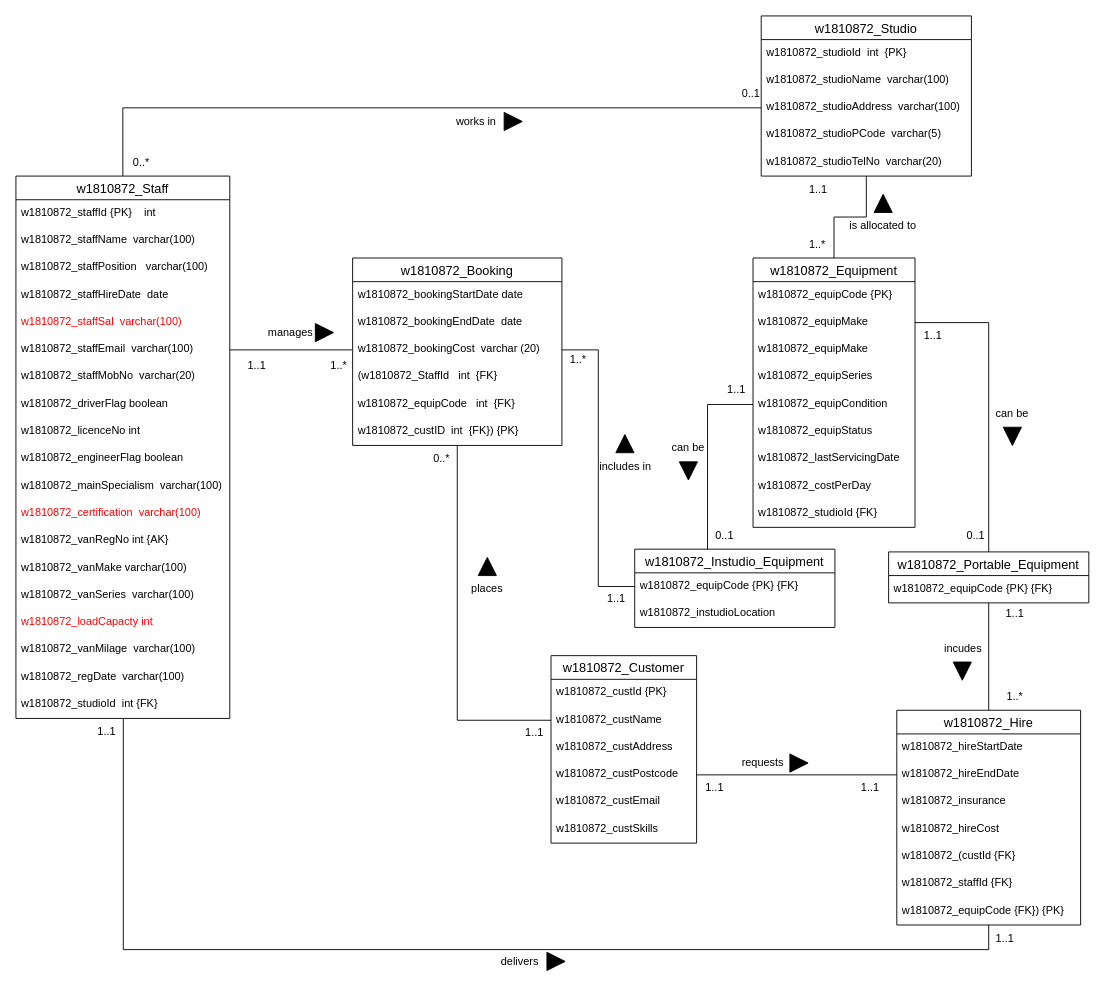
Above: Part B/Part_B.drawio in ChitharaKarunasekera/DatabaseSystemsCoursework (draw.io), before the change. Source tidied: cells renumbered, new cells numbered last; positions are measured from the earlier drawing's top-left corner, leaving out a move shared by most shapes. Both pictures are drawn from the tidied source at 91%, with x=0, y=0 at pixel (15, 15).
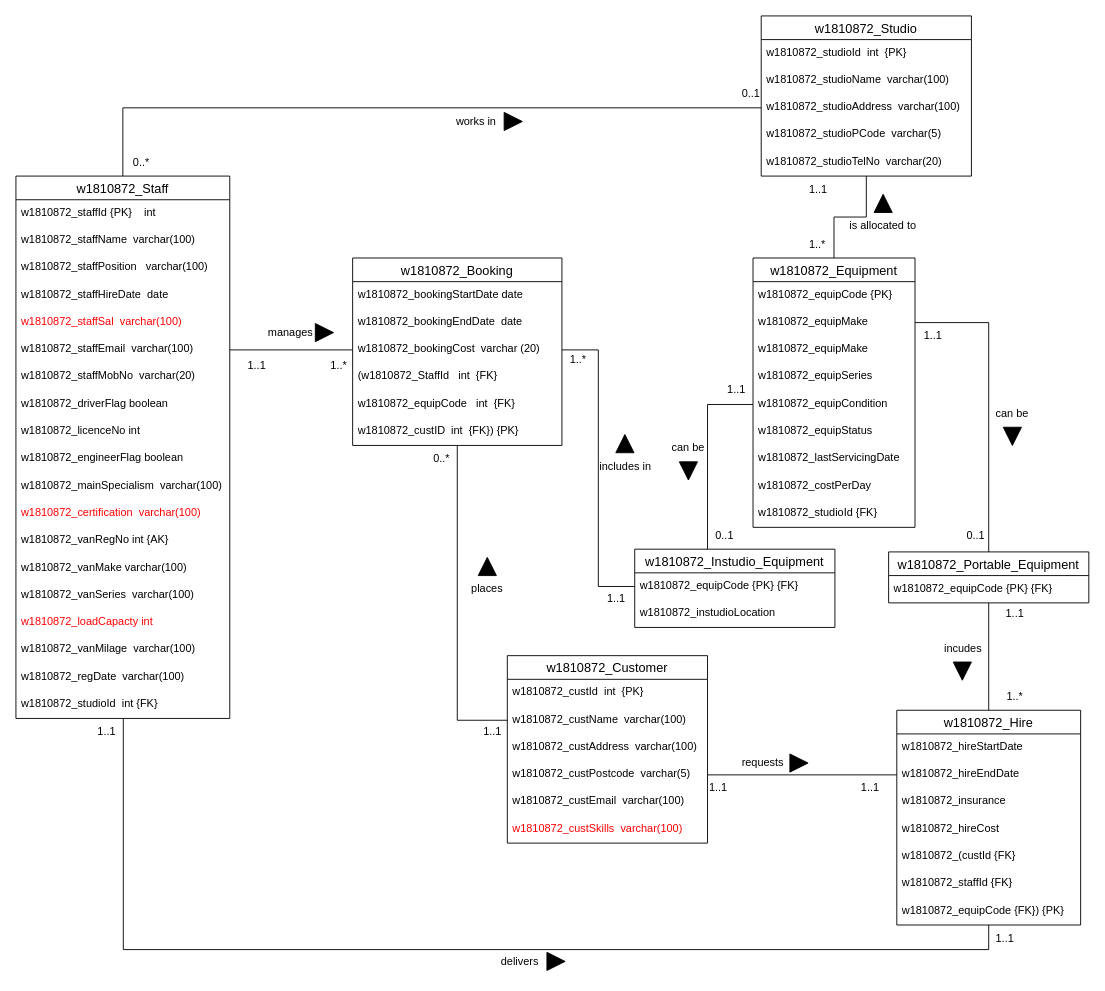
The same diagram, later.

Commit message:
customer data types

Change to the diagram source:
```diff
@@
     <mxCell id="50" value="w1810872_Customer" style="swimlane;fontStyle=0;horizontal=1;startSize=26;align=center;fontSize=14;fontColor=#000000;" parent="1" vertex="1">
-      <mxGeometry x="588" y="703" width="160" height="206" as="geometry" />
+      <mxGeometry x="540" y="703" width="220" height="206" as="geometry" />
     </mxCell>
-    <mxCell id="51" value="w1810872_custId {PK}" style="text;strokeColor=none;fillColor=none;spacingLeft=4;spacingRight=4;overflow=hidden;fontSize=12;fontColor=#000000;" parent="50" vertex="1">
-      <mxGeometry y="26" width="160" height="30" as="geometry" />
+    <mxCell id="51" value="w1810872_custId  int  {PK}" style="text;strokeColor=none;fillColor=none;spacingLeft=4;spacingRight=4;overflow=hidden;fontSize=12;fontColor=#000000;" parent="50" vertex="1">
+      <mxGeometry y="26" width="220" height="30" as="geometry" />
     </mxCell>
-    <mxCell id="52" value="w1810872_custName" style="text;strokeColor=none;fillColor=none;spacingLeft=4;spacingRight=4;overflow=hidden;points=[[0,0.5],[1,0.5]];portConstraint=eastwest;fontSize=12;fontColor=#000000;" parent="50" vertex="1">
-      <mxGeometry y="56" width="160" height="30" as="geometry" />
+    <mxCell id="52" value="w1810872_custName  varchar(100)" style="text;strokeColor=none;fillColor=none;spacingLeft=4;spacingRight=4;overflow=hidden;points=[[0,0.5],[1,0.5]];portConstraint=eastwest;fontSize=12;fontColor=#000000;" parent="50" vertex="1">
+      <mxGeometry y="56" width="220" height="30" as="geometry" />
     </mxCell>
-    <mxCell id="53" value="w1810872_custAddress" style="text;strokeColor=none;fillColor=none;spacingLeft=4;spacingRight=4;overflow=hidden;fontSize=12;fontColor=#000000;" parent="50" vertex="1">
-      <mxGeometry y="86" width="160" height="30" as="geometry" />
+    <mxCell id="53" value="w1810872_custAddress  varchar(100)" style="text;strokeColor=none;fillColor=none;spacingLeft=4;spacingRight=4;overflow=hidden;fontSize=12;fontColor=#000000;" parent="50" vertex="1">
+      <mxGeometry y="86" width="220" height="30" as="geometry" />
     </mxCell>
-    <mxCell id="54" value="w1810872_custPostcode" style="text;strokeColor=none;fillColor=none;spacingLeft=4;spacingRight=4;overflow=hidden;points=[[0,0.5],[1,0.5]];portConstraint=eastwest;fontSize=12;fontColor=#000000;" parent="50" vertex="1">
-      <mxGeometry y="116" width="160" height="30" as="geometry" />
+    <mxCell id="54" value="w1810872_custPostcode  varchar(5)" style="text;strokeColor=none;fillColor=none;spacingLeft=4;spacingRight=4;overflow=hidden;points=[[0,0.5],[1,0.5]];portConstraint=eastwest;fontSize=12;fontColor=#000000;" parent="50" vertex="1">
+      <mxGeometry y="116" width="220" height="30" as="geometry" />
     </mxCell>
-    <mxCell id="55" value="w1810872_custEmail" style="text;strokeColor=none;fillColor=none;spacingLeft=4;spacingRight=4;overflow=hidden;fontSize=12;fontColor=#000000;" parent="50" vertex="1">
-      <mxGeometry y="146" width="160" height="30" as="geometry" />
+    <mxCell id="55" value="w1810872_custEmail  varchar(100)" style="text;strokeColor=none;fillColor=none;spacingLeft=4;spacingRight=4;overflow=hidden;fontSize=12;fontColor=#000000;" parent="50" vertex="1">
+      <mxGeometry y="146" width="220" height="30" as="geometry" />
     </mxCell>
-    <mxCell id="56" value="w1810872_custSkills" style="text;strokeColor=none;fillColor=none;spacingLeft=4;spacingRight=4;overflow=hidden;fontSize=12;fontColor=#000000;" parent="50" vertex="1">
-      <mxGeometry y="176" width="160" height="30" as="geometry" />
+    <mxCell id="56" value="w1810872_custSkills  varchar(100)" style="text;strokeColor=none;fillColor=none;spacingLeft=4;spacingRight=4;overflow=hidden;fontSize=12;fontColor=#FF0000;" parent="50" vertex="1">
+      <mxGeometry y="176" width="220" height="30" as="geometry" />
     </mxCell>
@@
     <mxCell id="70" value="1..1" style="text;html=1;strokeColor=none;fillColor=none;align=center;verticalAlign=middle;whiteSpace=wrap;rounded=0;" parent="1" vertex="1">
-      <mxGeometry x="540" y="773" width="60" height="30" as="geometry" />
+      <mxGeometry x="494" y="772" width="60" height="30" as="geometry" />
     </mxCell>
@@
     <mxCell id="91" value="1..1" style="text;html=1;strokeColor=none;fillColor=none;align=center;verticalAlign=middle;whiteSpace=wrap;rounded=0;fontColor=#000000;" parent="1" vertex="1">
-      <mxGeometry x="738" y="833" width="60" height="30" as="geometry" />
+      <mxGeometry x="742" y="833" width="60" height="30" as="geometry" />
     </mxCell>
```
